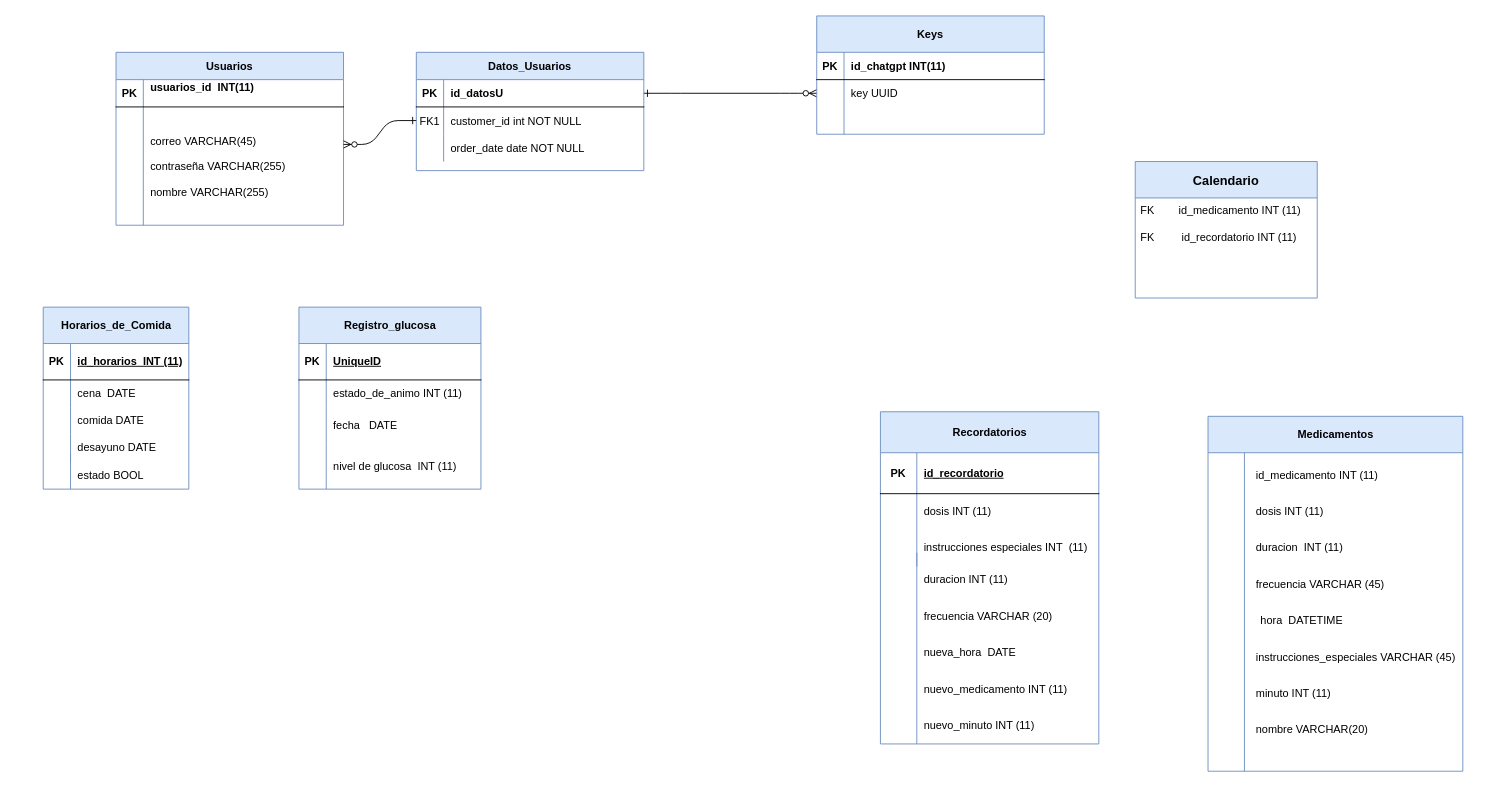
AGEJH/Portafolio-Ingeniero keeps this draw.io diagram as DiagramaGlucoBalance.drawio. Above is the earlier version. Source tidied: cells renumbered, new cells numbered last; positions are measured from the earlier drawing's top-left corner, leaving out a move shared by most shapes. Both pictures are drawn from the tidied source at 91%, with x=0, y=0 at pixel (15, 15).
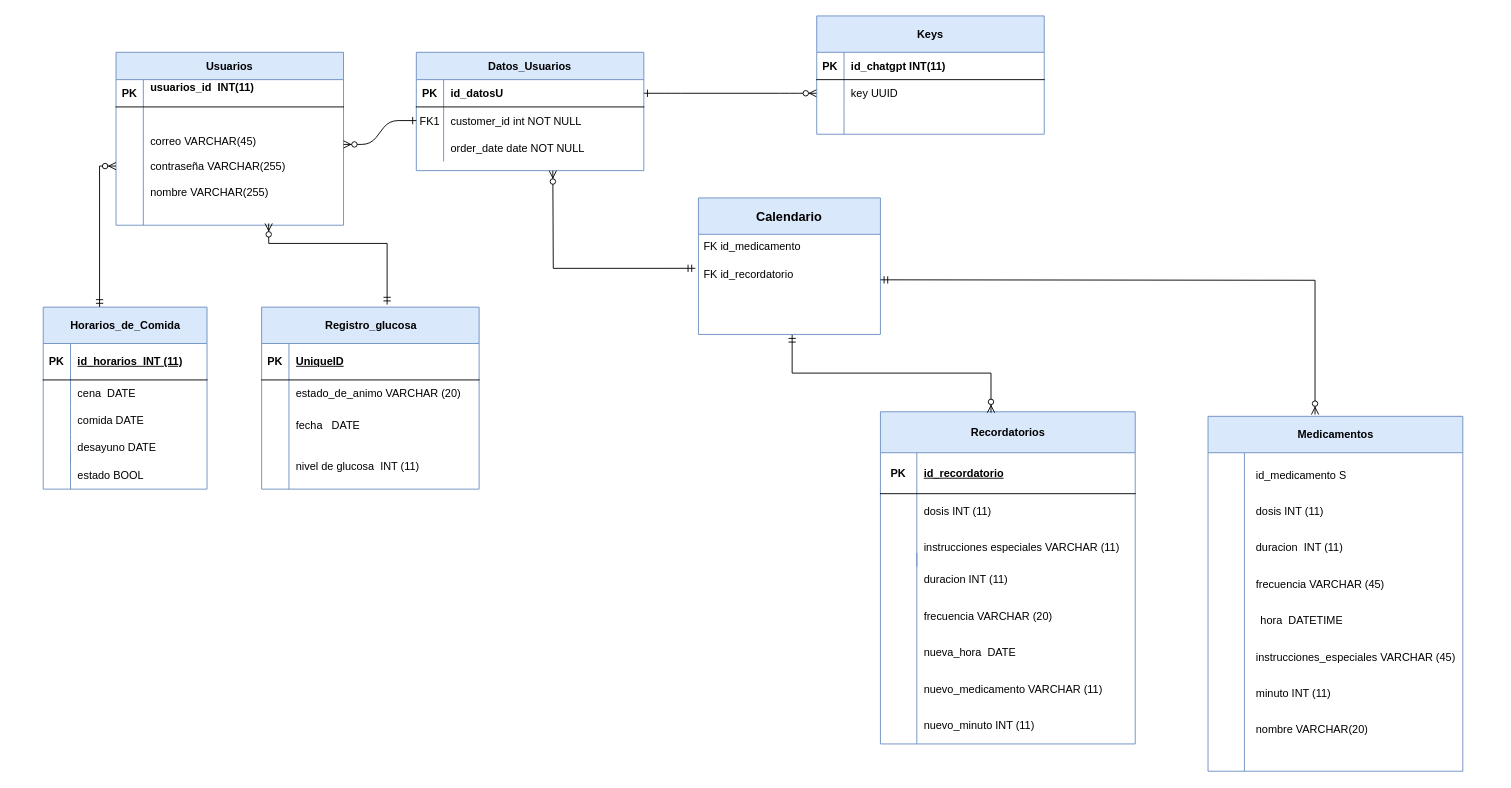
The same diagram, later.

Unchanged cells that the change refers to:
```xml
<mxCell id="27" style="shape=partialRectangle;fillColor=none;points=[[0,0.5],[1,0.5]];portConstraint=eastwest;top=0;left=0;right=0;bottom=0;" parent="23" vertex="1">
  <mxGeometry y="60" width="250" height="130" as="geometry" />
</mxCell>
<mxCell id="31" value="Medicamentos" style="shape=table;startSize=40;childLayout=tableLayout;rowLines=0;fontStyle=1;align=center;html=1;fillColor=#dae8fc;strokeColor=#6c8ebf;" parent="1" vertex="1">
  <mxGeometry x="1310" y="440" width="280" height="390" as="geometry" />
</mxCell>
```

Change to the diagram source:
```diff
@@
-    <mxCell id="43" value="id_medicamento INT (11)" style="shape=partialRectangle;fillColor=none;top=0;left=0;bottom=0;right=0;align=left;spacingLeft=6;overflow=hidden;whiteSpace=wrap;html=1;" parent="1" vertex="1">
+    <mxCell id="43" value="id_medicamento S" style="shape=partialRectangle;fillColor=none;top=0;left=0;bottom=0;right=0;align=left;spacingLeft=6;overflow=hidden;whiteSpace=wrap;html=1;" parent="1" vertex="1">
       <mxGeometry x="1355" y="490" width="180" height="30" as="geometry" />
     </mxCell>
@@
     <mxCell id="46" value="Calendario" style="swimlane;fontStyle=1;horizontal=1;startSize=40;align=center;fontSize=14;fillColor=#dae8fc;strokeColor=#6c8ebf;" parent="1" vertex="1">
-      <mxGeometry x="1230" y="160" width="200" height="150" as="geometry" />
+      <mxGeometry x="750" y="200" width="200" height="150" as="geometry" />
     </mxCell>
-    <mxCell id="47" value="FK&amp;nbsp; &amp;nbsp; &amp;nbsp; &amp;nbsp; id_medicamento INT (11)" style="text;strokeColor=none;fillColor=none;spacingLeft=4;spacingRight=4;overflow=hidden;fontSize=12;whiteSpace=wrap;html=1;" parent="46" vertex="1">
+    <mxCell id="47" value="FK id_medicamento&amp;nbsp;" style="text;strokeColor=none;fillColor=none;spacingLeft=4;spacingRight=4;overflow=hidden;fontSize=12;whiteSpace=wrap;html=1;" parent="46" vertex="1">
       <mxGeometry y="40" width="200" height="30" as="geometry" />
     </mxCell>
-    <mxCell id="48" value="FK&amp;nbsp; &amp;nbsp; &amp;nbsp; &amp;nbsp; &amp;nbsp;id_recordatorio INT (11)" style="text;strokeColor=none;fillColor=none;spacingLeft=4;spacingRight=4;overflow=hidden;points=[[0,0.5],[1,0.5]];portConstraint=eastwest;fontSize=12;whiteSpace=wrap;html=1;" parent="46" vertex="1">
+    <mxCell id="48" value="FK id_recordatorio&amp;nbsp;" style="text;strokeColor=none;fillColor=none;spacingLeft=4;spacingRight=4;overflow=hidden;points=[[0,0.5],[1,0.5]];portConstraint=eastwest;fontSize=12;whiteSpace=wrap;html=1;" parent="46" vertex="1">
       <mxGeometry y="70" width="200" height="80" as="geometry" />
     </mxCell>
     <mxCell id="49" value="Recordatorios" style="shape=table;startSize=45;childLayout=tableLayout;rowLines=0;fontStyle=1;align=center;html=1;fillColor=#dae8fc;strokeColor=#6c8ebf;" parent="1" vertex="1">
-      <mxGeometry x="950" y="435" width="240" height="365" as="geometry" />
+      <mxGeometry x="950" y="435" width="280" height="365" as="geometry" />
     </mxCell>
     <mxCell id="50" style="shape=tableRow;horizontal=0;startSize=0;swimlaneHead=0;swimlaneBody=0;fillColor=none;top=0;left=0;right=0;bottom=1;" parent="49" vertex="1">
-      <mxGeometry y="45" width="240" height="45" as="geometry" />
+      <mxGeometry y="45" width="280" height="45" as="geometry" />
     </mxCell>
@@
     <mxCell id="52" value="id_recordatorio" style="shape=partialRectangle;fillColor=none;top=0;left=0;bottom=0;right=0;align=left;spacingLeft=6;fontStyle=5;overflow=hidden;whiteSpace=wrap;html=1;" parent="50" vertex="1">
-      <mxGeometry x="40" width="200" height="45" as="geometry" />
+      <mxGeometry x="40" width="240" height="45" as="geometry" />
     </mxCell>
     <mxCell id="53" style="shape=tableRow;horizontal=0;startSize=0;swimlaneHead=0;swimlaneBody=0;fillColor=none;top=0;left=0;right=0;bottom=0;" parent="49" vertex="1">
-      <mxGeometry y="90" width="240" height="40" as="geometry" />
+      <mxGeometry y="90" width="280" height="40" as="geometry" />
     </mxCell>
@@
     <mxCell id="55" value="dosis INT (11)" style="shape=partialRectangle;fillColor=none;top=0;left=0;bottom=0;right=0;align=left;spacingLeft=6;overflow=hidden;whiteSpace=wrap;html=1;" parent="53" vertex="1">
-      <mxGeometry x="40" width="200" height="40" as="geometry" />
+      <mxGeometry x="40" width="240" height="40" as="geometry" />
     </mxCell>
     <mxCell id="56" style="shape=tableRow;horizontal=0;startSize=0;swimlaneHead=0;swimlaneBody=0;fillColor=none;top=0;left=0;right=0;bottom=0;" parent="49" vertex="1">
-      <mxGeometry y="130" width="240" height="40" as="geometry" />
+      <mxGeometry y="130" width="280" height="40" as="geometry" />
     </mxCell>
@@
-    <mxCell id="58" value="instrucciones especiales INT&amp;nbsp; (11)" style="shape=partialRectangle;fillColor=none;top=0;left=0;bottom=0;right=0;align=left;spacingLeft=6;overflow=hidden;whiteSpace=wrap;html=1;" parent="56" vertex="1">
-      <mxGeometry x="40" width="200" height="40" as="geometry" />
+    <mxCell id="58" value="instrucciones especiales VARCHAR (11)" style="shape=partialRectangle;fillColor=none;top=0;left=0;bottom=0;right=0;align=left;spacingLeft=6;overflow=hidden;whiteSpace=wrap;html=1;" parent="56" vertex="1">
+      <mxGeometry x="40" width="240" height="40" as="geometry" />
     </mxCell>
@@
-    <mxCell id="63" value="nuevo_medicamento INT (11)" style="shape=partialRectangle;fillColor=none;top=0;left=0;bottom=0;right=0;align=left;spacingLeft=6;overflow=hidden;whiteSpace=wrap;html=1;" parent="1" vertex="1">
-      <mxGeometry x="990" y="720" width="200" height="40" as="geometry" />
+    <mxCell id="63" value="nuevo_medicamento VARCHAR (11)" style="shape=partialRectangle;fillColor=none;top=0;left=0;bottom=0;right=0;align=left;spacingLeft=6;overflow=hidden;whiteSpace=wrap;html=1;" parent="1" vertex="1">
+      <mxGeometry x="990" y="720" width="230" height="40" as="geometry" />
     </mxCell>
@@
     <mxCell id="65" value="Horarios_de_Comida" style="shape=table;startSize=40;childLayout=tableLayout;rowLines=0;fontStyle=1;align=center;html=1;fillColor=#dae8fc;strokeColor=#6c8ebf;" parent="1" vertex="1">
-      <mxGeometry x="30" y="320" width="160" height="200" as="geometry" />
+      <mxGeometry x="30" y="320" width="180" height="200" as="geometry" />
     </mxCell>
     <mxCell id="66" style="shape=tableRow;horizontal=0;startSize=0;swimlaneHead=0;swimlaneBody=0;fillColor=none;top=0;left=0;right=0;bottom=1;" parent="65" vertex="1">
-      <mxGeometry y="40" width="160" height="40" as="geometry" />
+      <mxGeometry y="40" width="180" height="40" as="geometry" />
     </mxCell>
@@
     <mxCell id="68" value="id_horarios&amp;nbsp; INT (11)" style="shape=partialRectangle;fillColor=none;top=0;left=0;bottom=0;right=0;align=left;spacingLeft=6;fontStyle=5;overflow=hidden;whiteSpace=wrap;html=1;" parent="66" vertex="1">
-      <mxGeometry x="30" width="130" height="40" as="geometry" />
+      <mxGeometry x="30" width="150" height="40" as="geometry" />
     </mxCell>
     <mxCell id="69" style="shape=tableRow;horizontal=0;startSize=0;swimlaneHead=0;swimlaneBody=0;fillColor=none;top=0;left=0;right=0;bottom=0;" parent="65" vertex="1">
-      <mxGeometry y="80" width="160" height="30" as="geometry" />
+      <mxGeometry y="80" width="180" height="30" as="geometry" />
     </mxCell>
@@
     <mxCell id="71" value="cena&amp;nbsp; DATE" style="shape=partialRectangle;fillColor=none;top=0;left=0;bottom=0;right=0;align=left;spacingLeft=6;overflow=hidden;whiteSpace=wrap;html=1;" parent="69" vertex="1">
-      <mxGeometry x="30" width="130" height="30" as="geometry" />
+      <mxGeometry x="30" width="150" height="30" as="geometry" />
     </mxCell>
     <mxCell id="72" style="shape=tableRow;horizontal=0;startSize=0;swimlaneHead=0;swimlaneBody=0;fillColor=none;top=0;left=0;right=0;bottom=0;" parent="65" vertex="1">
-      <mxGeometry y="110" width="160" height="30" as="geometry" />
+      <mxGeometry y="110" width="180" height="30" as="geometry" />
     </mxCell>
@@
     <mxCell id="74" value="comida DATE" style="shape=partialRectangle;fillColor=none;top=0;left=0;bottom=0;right=0;align=left;spacingLeft=6;overflow=hidden;whiteSpace=wrap;html=1;" parent="72" vertex="1">
-      <mxGeometry x="30" width="130" height="30" as="geometry" />
+      <mxGeometry x="30" width="150" height="30" as="geometry" />
     </mxCell>
     <mxCell id="75" style="shape=tableRow;horizontal=0;startSize=0;swimlaneHead=0;swimlaneBody=0;fillColor=none;top=0;left=0;right=0;bottom=0;" parent="65" vertex="1">
-      <mxGeometry y="140" width="160" height="30" as="geometry" />
+      <mxGeometry y="140" width="180" height="30" as="geometry" />
     </mxCell>
@@
     <mxCell id="77" value="desayuno DATE" style="shape=partialRectangle;fillColor=none;top=0;left=0;bottom=0;right=0;align=left;spacingLeft=6;overflow=hidden;whiteSpace=wrap;html=1;" parent="75" vertex="1">
-      <mxGeometry x="30" width="130" height="30" as="geometry" />
+      <mxGeometry x="30" width="150" height="30" as="geometry" />
     </mxCell>
@@
+    <mxCell id="93" style="edgeStyle=orthogonalEdgeStyle;fontSize=12;html=1;endArrow=ERzeroToMany;startArrow=ERmandOne;rounded=0;exitX=0.344;exitY=-0.001;exitDx=0;exitDy=0;exitPerimeter=0;" parent="1" edge="1" source="65" target="27">
+      <mxGeometry relative="1" as="geometry" />
+    </mxCell>
     <mxCell id="80" value="Registro_glucosa" style="shape=table;startSize=40;childLayout=tableLayout;rowLines=0;fontStyle=1;align=center;html=1;fillColor=#dae8fc;strokeColor=#6c8ebf;" parent="1" vertex="1">
-      <mxGeometry x="311" y="320" width="200" height="200" as="geometry" />
+      <mxGeometry x="270" y="320" width="239" height="200" as="geometry" />
     </mxCell>
     <mxCell id="81" style="shape=tableRow;horizontal=0;startSize=0;swimlaneHead=0;swimlaneBody=0;fillColor=none;top=0;left=0;right=0;bottom=1;" parent="80" vertex="1">
-      <mxGeometry y="40" width="200" height="40" as="geometry" />
+      <mxGeometry y="40" width="239" height="40" as="geometry" />
     </mxCell>
@@
     <mxCell id="83" value="UniqueID" style="shape=partialRectangle;fillColor=none;top=0;left=0;bottom=0;right=0;align=left;spacingLeft=6;fontStyle=5;overflow=hidden;whiteSpace=wrap;html=1;" parent="81" vertex="1">
-      <mxGeometry x="30" width="170" height="40" as="geometry" />
+      <mxGeometry x="30" width="209" height="40" as="geometry" />
     </mxCell>
     <mxCell id="84" style="shape=tableRow;horizontal=0;startSize=0;swimlaneHead=0;swimlaneBody=0;fillColor=none;top=0;left=0;right=0;bottom=0;" parent="80" vertex="1">
-      <mxGeometry y="80" width="200" height="30" as="geometry" />
+      <mxGeometry y="80" width="239" height="30" as="geometry" />
     </mxCell>
@@
-    <mxCell id="86" value="estado_de_animo INT (11)" style="shape=partialRectangle;fillColor=none;top=0;left=0;bottom=0;right=0;align=left;spacingLeft=6;overflow=hidden;whiteSpace=wrap;html=1;" parent="84" vertex="1">
-      <mxGeometry x="30" width="170" height="30" as="geometry" />
+    <mxCell id="86" value="estado_de_animo VARCHAR (20)" style="shape=partialRectangle;fillColor=none;top=0;left=0;bottom=0;right=0;align=left;spacingLeft=6;overflow=hidden;whiteSpace=wrap;html=1;" parent="84" vertex="1">
+      <mxGeometry x="30" width="209" height="30" as="geometry" />
     </mxCell>
     <mxCell id="87" style="shape=tableRow;horizontal=0;startSize=0;swimlaneHead=0;swimlaneBody=0;fillColor=none;top=0;left=0;right=0;bottom=0;" parent="80" vertex="1">
-      <mxGeometry y="110" width="200" height="40" as="geometry" />
+      <mxGeometry y="110" width="239" height="40" as="geometry" />
     </mxCell>
@@
     <mxCell id="89" value="fecha&amp;nbsp; &amp;nbsp;DATE" style="shape=partialRectangle;fillColor=none;top=0;left=0;bottom=0;right=0;align=left;spacingLeft=6;overflow=hidden;whiteSpace=wrap;html=1;" parent="87" vertex="1">
-      <mxGeometry x="30" width="170" height="40" as="geometry" />
+      <mxGeometry x="30" width="209" height="40" as="geometry" />
     </mxCell>
     <mxCell id="90" style="shape=tableRow;horizontal=0;startSize=0;swimlaneHead=0;swimlaneBody=0;fillColor=none;top=0;left=0;right=0;bottom=0;" parent="80" vertex="1">
-      <mxGeometry y="150" width="200" height="50" as="geometry" />
+      <mxGeometry y="150" width="239" height="50" as="geometry" />
     </mxCell>
@@
     <mxCell id="92" value="nivel de glucosa&amp;nbsp; INT (11)" style="shape=partialRectangle;fillColor=none;top=0;left=0;bottom=0;right=0;align=left;spacingLeft=6;overflow=hidden;whiteSpace=wrap;html=1;" parent="90" vertex="1">
-      <mxGeometry x="30" width="170" height="50" as="geometry" />
+      <mxGeometry x="30" width="209" height="50" as="geometry" />
     </mxCell>
+    <mxCell id="94" style="edgeStyle=orthogonalEdgeStyle;fontSize=12;html=1;endArrow=ERzeroToMany;startArrow=ERmandOne;rounded=0;exitX=0.577;exitY=-0.014;exitDx=0;exitDy=0;exitPerimeter=0;entryX=0.671;entryY=0.985;entryDx=0;entryDy=0;entryPerimeter=0;" parent="1" edge="1" source="80" target="27">
+      <mxGeometry relative="1" as="geometry">
+        <Array as="points">
+          <mxPoint x="408" y="250" />
+          <mxPoint x="278" y="250" />
+        </Array>
+      </mxGeometry>
+    </mxCell>
+    <mxCell id="95" style="edgeStyle=orthogonalEdgeStyle;fontSize=12;html=1;endArrow=ERzeroToMany;startArrow=ERmandOne;rounded=0;exitX=-0.017;exitY=0.092;exitDx=0;exitDy=0;exitPerimeter=0;" parent="1" edge="1" source="48">
+      <mxGeometry relative="1" as="geometry">
+        <mxPoint x="590" y="170" as="targetPoint" />
+      </mxGeometry>
+    </mxCell>
+    <mxCell id="96" style="edgeStyle=orthogonalEdgeStyle;fontSize=12;html=1;endArrow=ERzeroToMany;startArrow=ERmandOne;rounded=0;exitX=0.515;exitY=1.005;exitDx=0;exitDy=0;exitPerimeter=0;entryX=0.434;entryY=0.003;entryDx=0;entryDy=0;entryPerimeter=0;" parent="1" edge="1" source="48" target="49">
+      <mxGeometry relative="1" as="geometry" />
+    </mxCell>
+    <mxCell id="97" style="edgeStyle=orthogonalEdgeStyle;fontSize=12;html=1;endArrow=ERzeroToMany;startArrow=ERmandOne;rounded=0;exitX=0.515;exitY=1.005;exitDx=0;exitDy=0;exitPerimeter=0;entryX=0.42;entryY=-0.005;entryDx=0;entryDy=0;entryPerimeter=0;" parent="1" edge="1" target="31">
+      <mxGeometry relative="1" as="geometry">
+        <mxPoint x="950" y="290" as="sourcePoint" />
+      </mxGeometry>
+    </mxCell>
```
